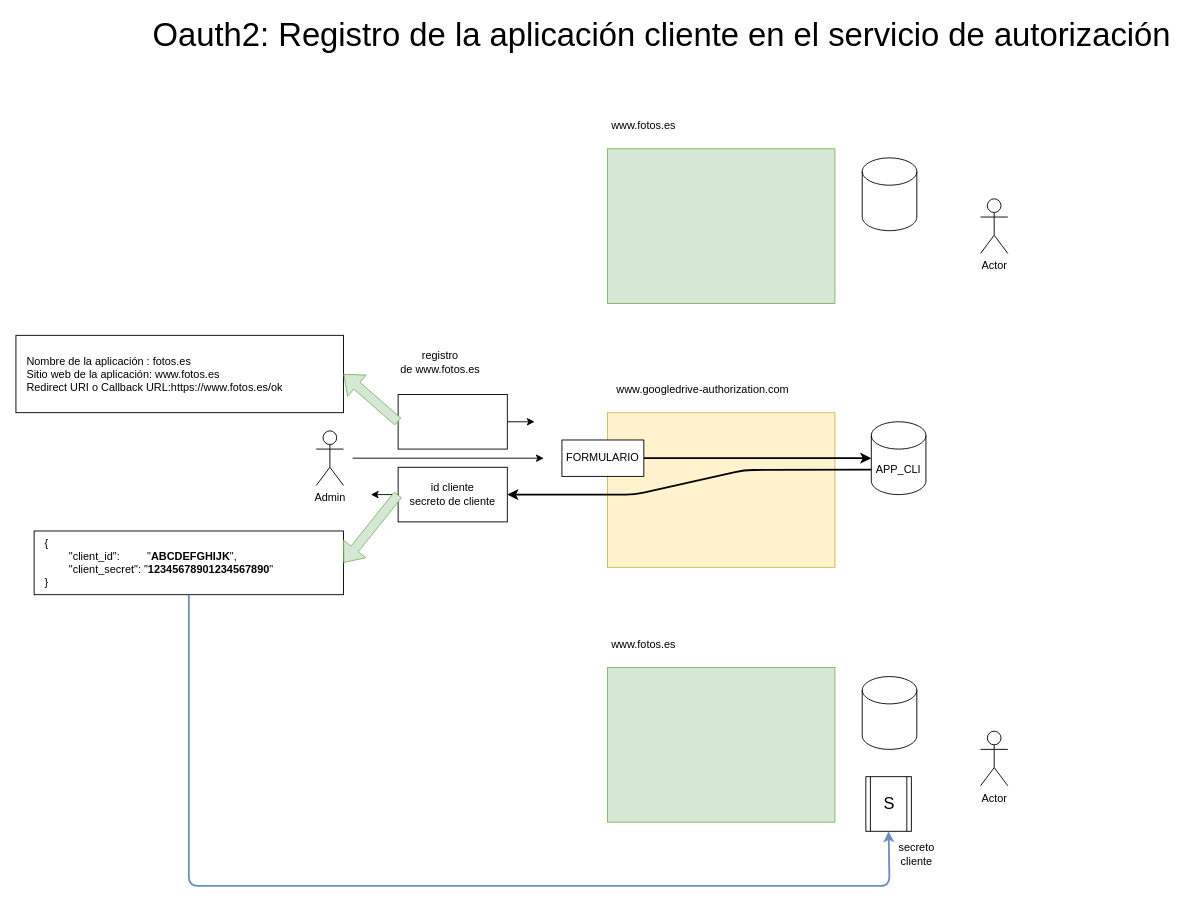
Above: page "Página-13" (21 of 34) of seguridad.drawio in lrag/seguridad_java (draw.io), before the change. Source tidied: cells renumbered, new cells numbered last; positions are measured from the earlier drawing's top-left corner, leaving out a move shared by most shapes. Both pictures are drawn from the tidied source at 91%, with x=0, y=0 at pixel (15, 21).
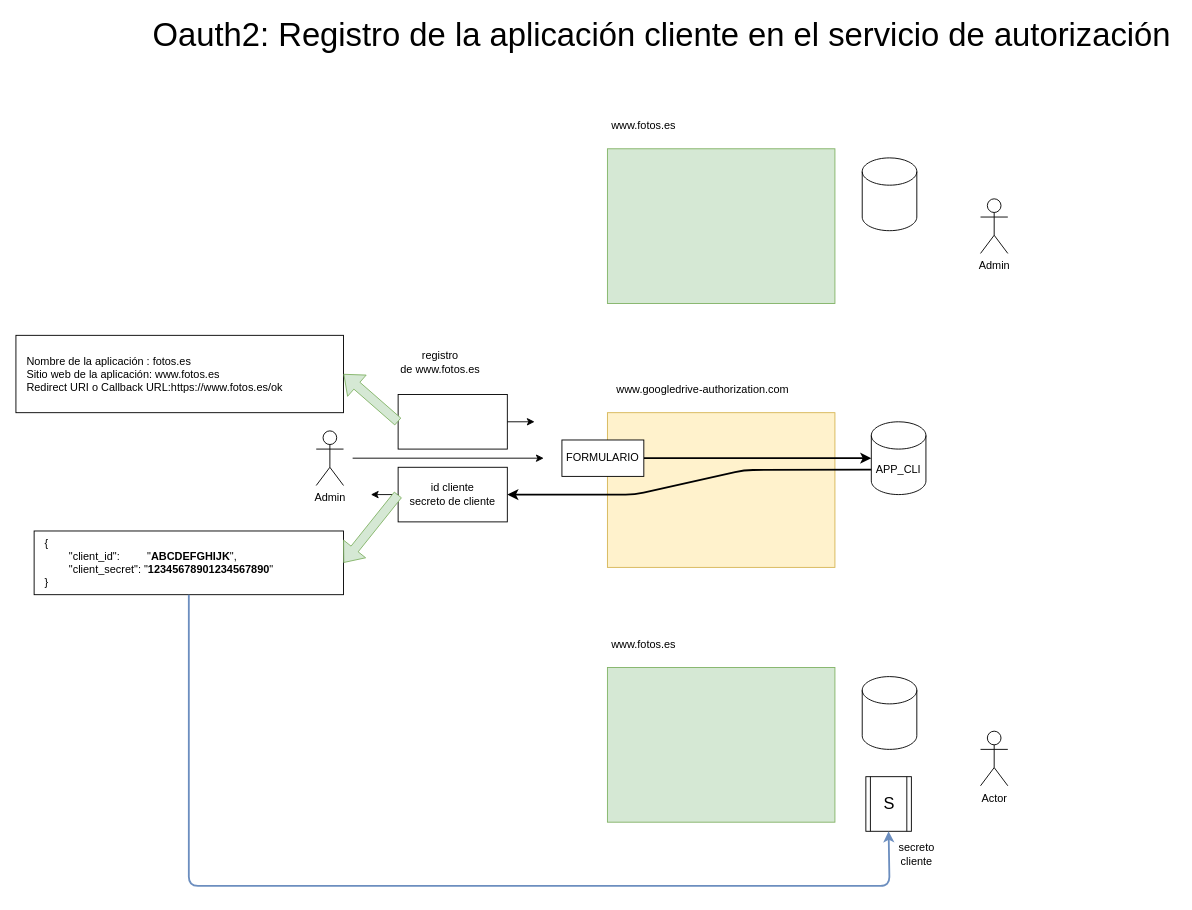
The same diagram, later.

Diff of the diagram source:
```diff
@@
-    <mxCell id="28" value="Actor" style="shape=umlActor;verticalLabelPosition=bottom;verticalAlign=top;html=1;rounded=0;fontSize=12;fillColor=none;gradientColor=#ffffff;" parent="1" vertex="1">
+    <mxCell id="28" value="Admin" style="shape=umlActor;verticalLabelPosition=bottom;verticalAlign=top;html=1;rounded=0;fontSize=12;fillColor=none;gradientColor=#ffffff;" parent="1" vertex="1">
       <mxGeometry x="1060" y="195" width="30" height="60" as="geometry" />
     </mxCell>
```
